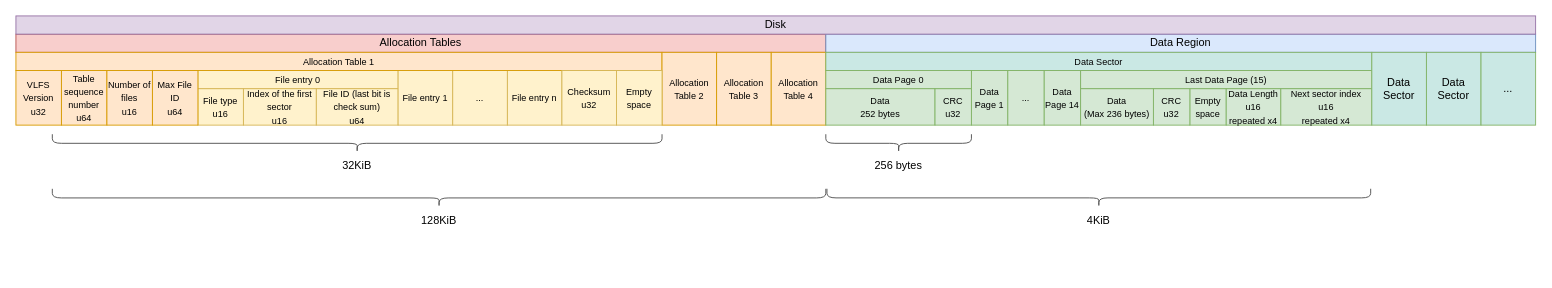
Earlier version of the draw.io diagram vlfs/layout.drawio (McMaster-Rocketry-Team/rust-monorepo). Source tidied: cells renumbered, new cells numbered last; positions are measured from the earlier drawing's top-left corner, leaving out a move shared by most shapes. Both pictures are drawn from the tidied source at 91%, with x=0, y=0 at pixel (15, -189).
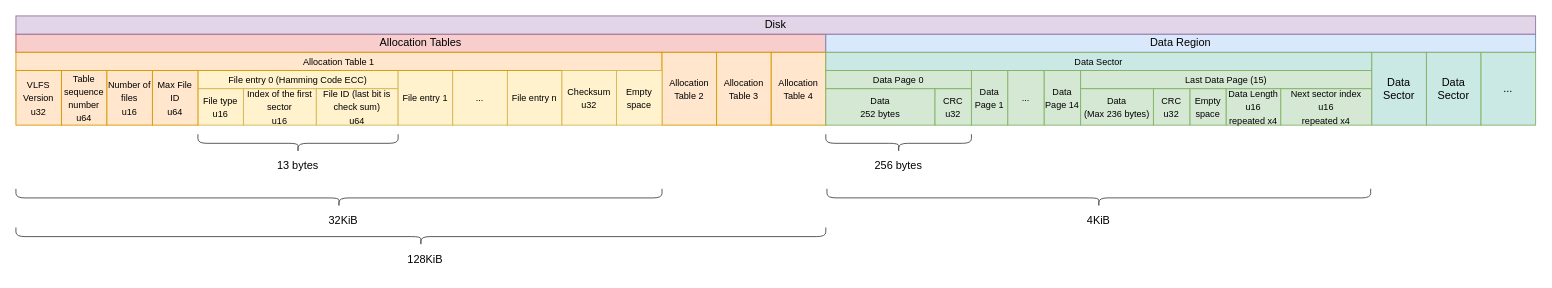
The same diagram, later.

Commit message (it also covers changes not shown here):
hamming code file entry

What changed in the source:
```diff
@@
-    <mxCell id="7" value="&lt;font style=&quot;font-size: 10px;&quot;&gt;File entry 0&lt;br&gt;&lt;/font&gt;" style="rounded=0;whiteSpace=wrap;html=1;fillColor=#fff2cc;strokeColor=#d6b656;" parent="1" vertex="1">
+    <mxCell id="7" value="&lt;font style=&quot;font-size: 10px;&quot;&gt;File entry 0 (Hamming Code ECC)&lt;br&gt;&lt;/font&gt;" style="rounded=0;whiteSpace=wrap;html=1;fillColor=#fff2cc;strokeColor=#d6b656;" parent="1" vertex="1">
       <mxGeometry x="200" y="285" width="220" height="20" as="geometry" />
     </mxCell>
@@
     <mxCell id="18" style="shape=curlyBracket;whiteSpace=wrap;html=1;rounded=1;flipH=1;labelPosition=right;verticalLabelPosition=middle;align=left;verticalAlign=middle;strokeColor=#4D4D4D;fontFamily=Helvetica;fontSize=12;fontColor=default;fillColor=#ffe6cc;rotation=90;" parent="1" vertex="1">
-      <mxGeometry x="365" y="30" width="20" height="670" as="geometry" />
+      <mxGeometry x="345" y="70" width="20" height="710" as="geometry" />
     </mxCell>
@@
     <mxCell id="21" value="32KiB" style="text;html=1;strokeColor=none;fillColor=none;align=center;verticalAlign=middle;whiteSpace=wrap;rounded=0;fontSize=12;fontFamily=Helvetica;fontColor=default;" parent="1" vertex="1">
-      <mxGeometry x="345" y="375" width="60" height="30" as="geometry" />
+      <mxGeometry x="330" y="435" width="60" height="30" as="geometry" />
     </mxCell>
     <mxCell id="22" style="shape=curlyBracket;whiteSpace=wrap;html=1;rounded=1;flipH=1;labelPosition=right;verticalLabelPosition=middle;align=left;verticalAlign=middle;strokeColor=#4D4D4D;fontFamily=Helvetica;fontSize=12;fontColor=default;fillColor=#ffe6cc;rotation=90;" parent="1" vertex="1">
-      <mxGeometry x="455" width="20" height="850" as="geometry" />
+      <mxGeometry x="435" y="22.5" width="20" height="890" as="geometry" />
     </mxCell>
     <mxCell id="23" value="128KiB" style="text;html=1;strokeColor=none;fillColor=none;align=center;verticalAlign=middle;whiteSpace=wrap;rounded=0;fontSize=12;fontFamily=Helvetica;fontColor=default;" parent="1" vertex="1">
-      <mxGeometry x="435" y="435" width="60" height="30" as="geometry" />
+      <mxGeometry x="420" y="477.5" width="60" height="30" as="geometry" />
     </mxCell>
@@
+    <mxCell id="46" style="shape=curlyBracket;whiteSpace=wrap;html=1;rounded=1;flipH=1;labelPosition=right;verticalLabelPosition=middle;align=left;verticalAlign=middle;strokeColor=#4D4D4D;fontFamily=Helvetica;fontSize=12;fontColor=default;fillColor=#ffe6cc;rotation=90;" parent="1" vertex="1">
+      <mxGeometry x="300" y="255" width="20" height="220" as="geometry" />
+    </mxCell>
+    <mxCell id="47" value="13 bytes" style="text;html=1;strokeColor=none;fillColor=none;align=center;verticalAlign=middle;whiteSpace=wrap;rounded=0;fontSize=12;fontFamily=Helvetica;fontColor=default;" parent="1" vertex="1">
+      <mxGeometry x="280" y="375" width="60" height="30" as="geometry" />
+    </mxCell>
```
